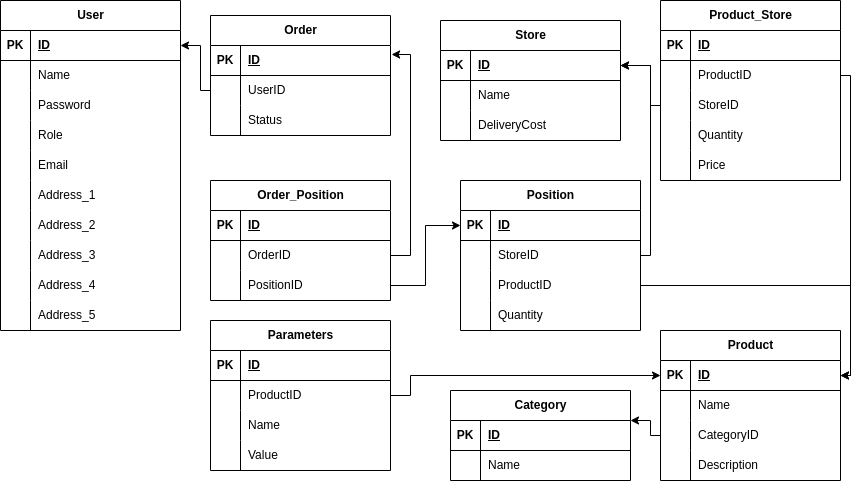
Garpusha/diploma keeps this draw.io diagram as Diploma_scheme.png. Above is the earlier version. Source tidied: cells renumbered, new cells last; positions are measured from the earlier drawing's top-left corner, leaving out a move shared by most shapes.
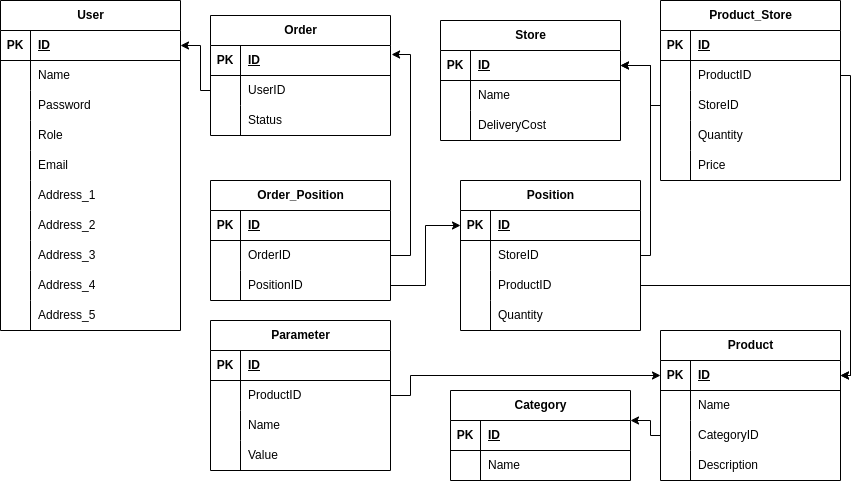
Later version of the same file.

Diff of the diagram source:
```diff
@@ -392,7 +392,7 @@
         </Array>
       </mxGeometry>
     </mxCell>
-    <mxCell id="120" value="Parameters" style="shape=table;startSize=30;rowLines=0;fontStyle=1;align=center;html=1;" parent="1" vertex="1">
+    <mxCell id="120" value="Parameter" style="shape=table;startSize=30;rowLines=0;fontStyle=1;align=center;html=1;" parent="1" vertex="1">
       <mxGeometry x="210" y="320" width="180" height="150" as="geometry" />
     </mxCell>
     <mxCell id="121" style="shape=tableRow;horizontal=0;startSize=0;swimlaneHead=0;swimlaneBody=0;fillColor=none;top=0;left=0;right=0;bottom=1;" parent="120" vertex="1">
```
